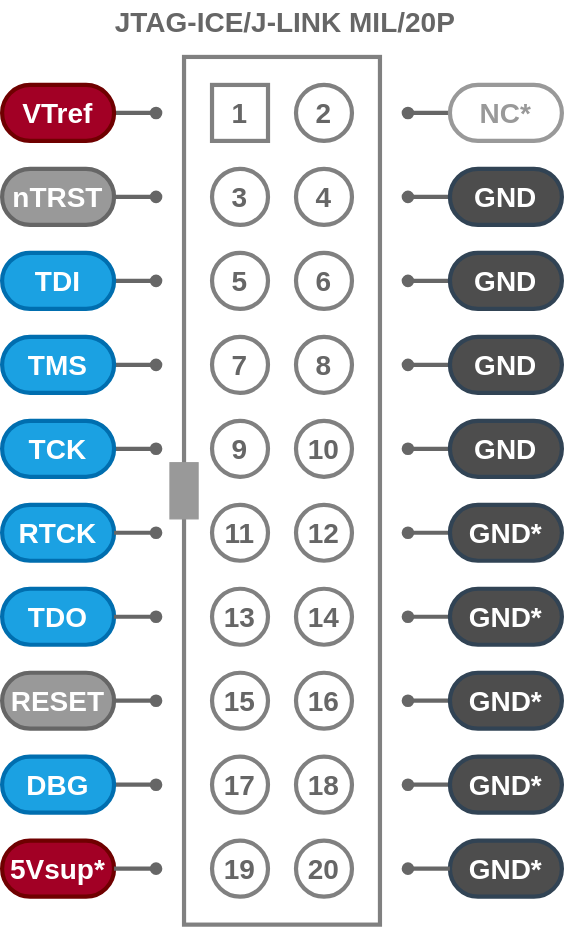
Earlier version of the draw.io export svg/JTAG-ICE-M20P.drawio.svg (askn37/askn37.github.io). Source tidied: cells renumbered, new cells last; positions are measured from the earlier drawing's top-left corner, leaving out a move shared by most shapes.
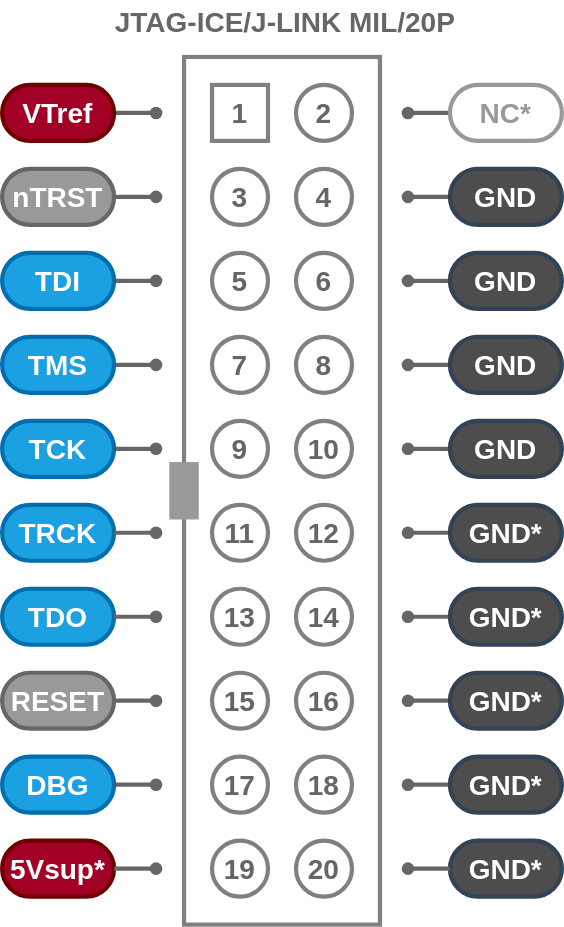
After the change.

Change to the diagram source:
```diff
@@ -116,7 +116,7 @@
     <mxCell id="33" value="GND*" style="rounded=1;whiteSpace=wrap;html=1;fontSize=20;strokeWidth=3;fontStyle=1;fillColor=#4D4D4D;strokeColor=#314354;fontColor=#ffffff;arcSize=50;" parent="1" vertex="1">
       <mxGeometry x="320" y="600" width="80" height="40" as="geometry" />
     </mxCell>
-    <mxCell id="34" value="RTCK" style="rounded=1;whiteSpace=wrap;html=1;fontSize=20;strokeWidth=3;fontStyle=1;fillColor=#1ba1e2;strokeColor=#006EAF;fontColor=#ffffff;arcSize=50;" parent="1" vertex="1">
+    <mxCell id="34" value="TRCK" style="rounded=1;whiteSpace=wrap;html=1;fontSize=20;strokeWidth=3;fontStyle=1;fillColor=#1ba1e2;strokeColor=#006EAF;fontColor=#ffffff;arcSize=50;" parent="1" vertex="1">
       <mxGeometry y="360" width="80" height="40" as="geometry" />
     </mxCell>
     <mxCell id="35" value="TDO" style="rounded=1;whiteSpace=wrap;html=1;fontSize=20;strokeWidth=3;fontStyle=1;fillColor=#1ba1e2;strokeColor=#006EAF;fontColor=#ffffff;arcSize=50;" parent="1" vertex="1">
```
